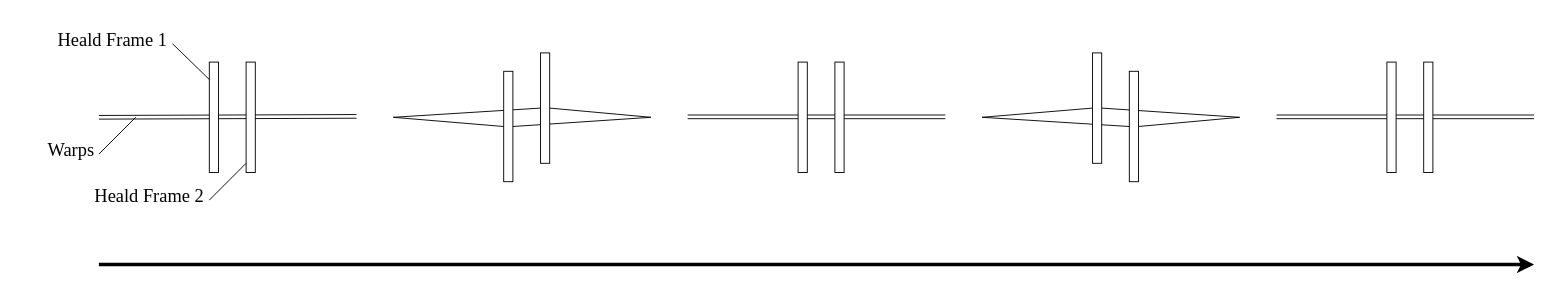
Above: loomponch.drawio in penguin1q/drawio (draw.io), before the change. Source tidied: cells renumbered, new cells numbered last; positions are measured from the earlier drawing's top-left corner, leaving out a move shared by most shapes. Both pictures are drawn from the tidied source at 92%, with x=0, y=0 at pixel (43, 25).
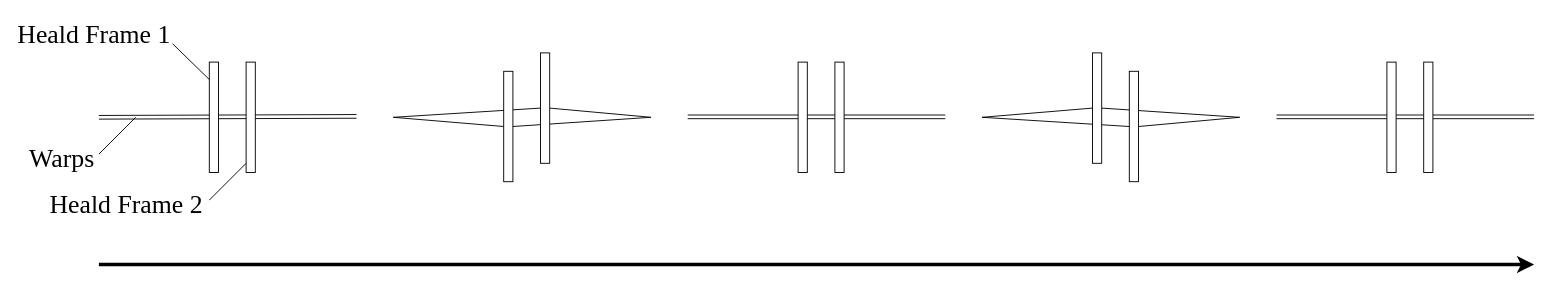
Above is the later version.

Commit message (it also covers changes not shown here):
loomponch.drawio を更新します

Change to the diagram source:
```diff
@@
-    <mxCell id="22" value="&lt;font style=&quot;font-size: 20px;&quot; face=&quot;Times New Roman&quot;&gt;Heald Frame 1&lt;/font&gt;" style="text;html=1;align=center;verticalAlign=middle;whiteSpace=wrap;rounded=0;" parent="1" vertex="1">
-      <mxGeometry x="10" width="130" height="30" as="geometry" />
+    <mxCell id="22" value="&lt;font style=&quot;font-size: 28px;&quot; face=&quot;Times New Roman&quot;&gt;Heald Frame 1&lt;/font&gt;" style="text;html=1;align=center;verticalAlign=middle;whiteSpace=wrap;rounded=0;" parent="1" vertex="1">
+      <mxGeometry x="-30" y="-10" width="170" height="40" as="geometry" />
     </mxCell>
-    <mxCell id="23" value="&lt;font style=&quot;font-size: 20px;&quot; face=&quot;Times New Roman&quot;&gt;Heald Frame 2&lt;/font&gt;" style="text;html=1;align=center;verticalAlign=middle;whiteSpace=wrap;rounded=0;" parent="1" vertex="1">
-      <mxGeometry x="50" y="170" width="130" height="30" as="geometry" />
+    <mxCell id="23" value="&lt;font style=&quot;font-size: 28px;&quot; face=&quot;Times New Roman&quot;&gt;Heald Frame 2&lt;/font&gt;" style="text;html=1;align=center;verticalAlign=middle;whiteSpace=wrap;rounded=0;" parent="1" vertex="1">
+      <mxGeometry y="180" width="180" height="30" as="geometry" />
     </mxCell>
@@
-    <mxCell id="29" value="&lt;font style=&quot;font-size: 20px;&quot; face=&quot;Times New Roman&quot;&gt;Warps&lt;/font&gt;" style="text;html=1;align=center;verticalAlign=middle;whiteSpace=wrap;rounded=0;" parent="1" vertex="1">
-      <mxGeometry y="120" width="60" height="30" as="geometry" />
+    <mxCell id="29" value="&lt;font style=&quot;font-size: 28px;&quot; face=&quot;Times New Roman&quot;&gt;Warps&lt;/font&gt;" style="text;html=1;align=center;verticalAlign=middle;whiteSpace=wrap;rounded=0;" parent="1" vertex="1">
+      <mxGeometry x="-20" y="130" width="80" height="30" as="geometry" />
     </mxCell>
```
